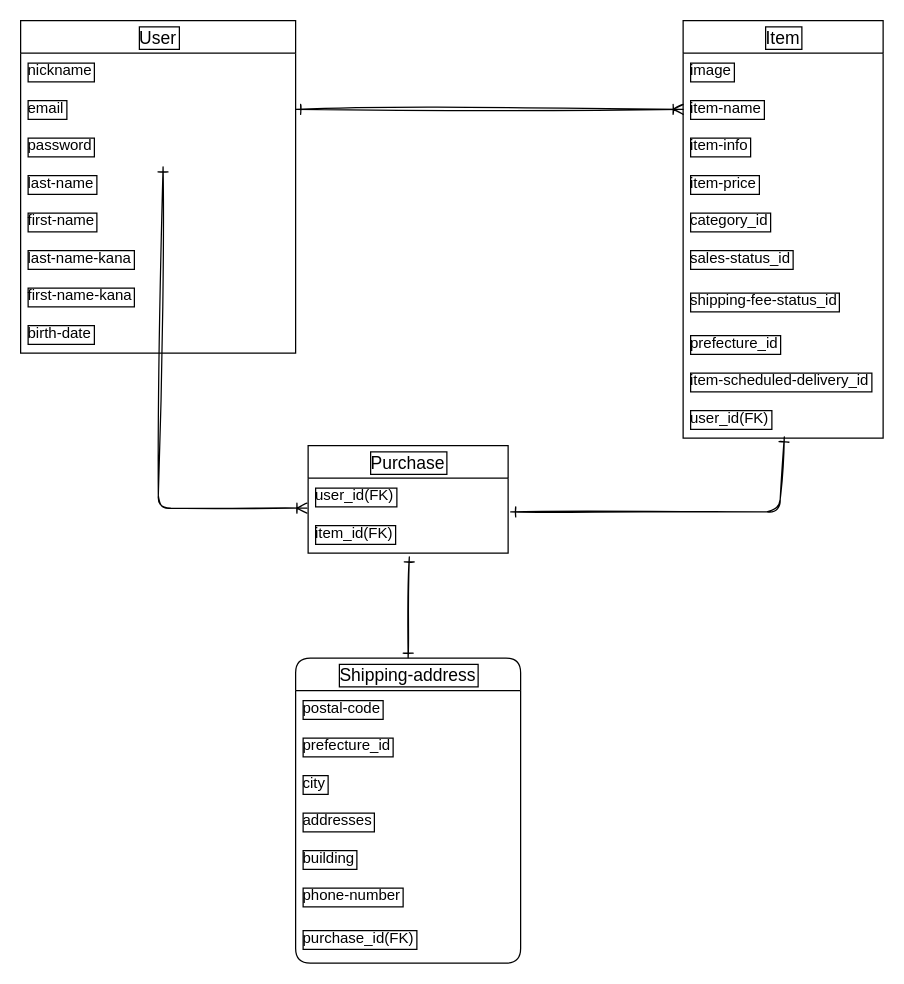
This is furima.dio from akiyuki-23/furima-38388, a draw.io file, before an edit. Source tidied: cells renumbered, new cells numbered last; positions are measured from the earlier drawing's top-left corner, leaving out a move shared by most shapes. Both pictures are drawn from the tidied source at 125%, with x=0, y=0 at pixel (20, 20).
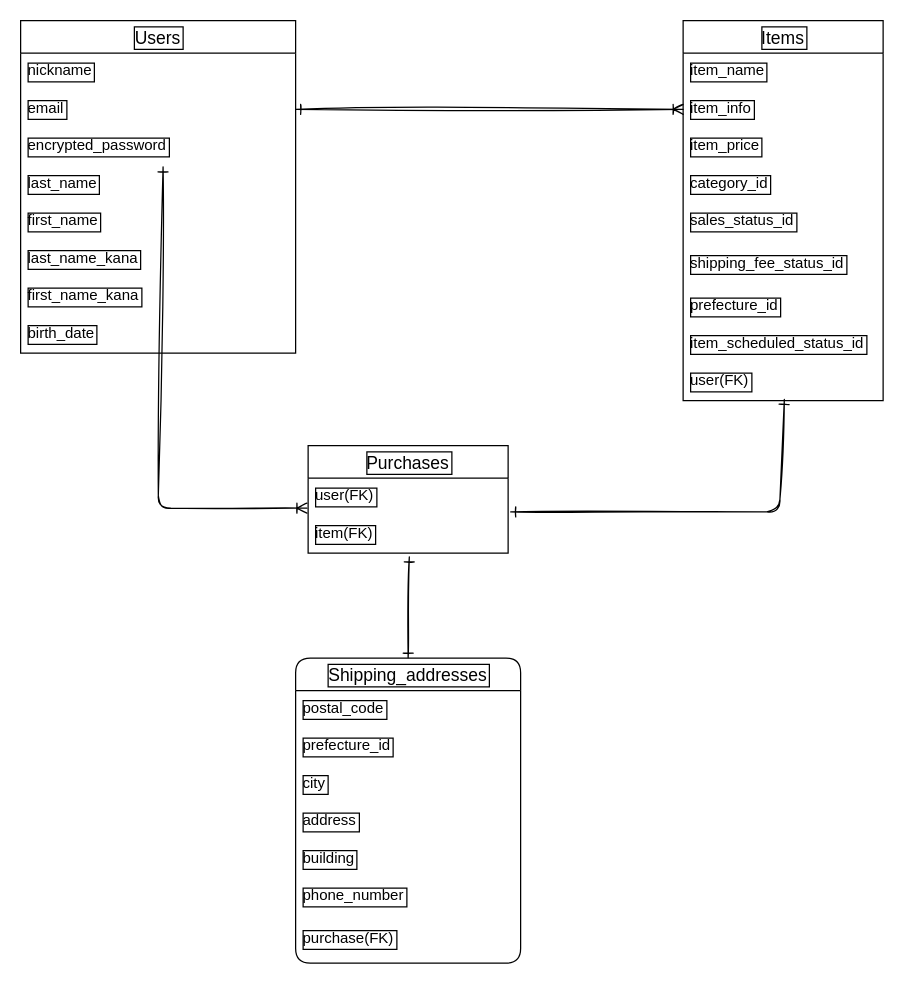
The same page after the edit.

The change refers to these unchanged cells:
```xml
<mxCell id="18" value="email" style="text;strokeColor=none;fillColor=none;spacingLeft=4;spacingRight=4;overflow=hidden;points=[[0,0.5],[1,0.5]];portConstraint=eastwest;fontSize=12;labelBorderColor=default;" parent="16" vertex="1">
  <mxGeometry y="56" width="220" height="30" as="geometry" />
</mxCell>
```

What changed in the source:
```diff
@@
-    <mxCell id="2" value="Item" style="swimlane;fontStyle=0;horizontal=1;startSize=26;align=center;fontSize=14;labelBorderColor=default;" parent="1" vertex="1">
-      <mxGeometry x="530" width="160" height="334" as="geometry" />
+    <mxCell id="2" value="Items" style="swimlane;fontStyle=0;horizontal=1;startSize=26;align=center;fontSize=14;labelBorderColor=default;" parent="1" vertex="1">
+      <mxGeometry x="530" width="160" height="304" as="geometry" />
     </mxCell>
-    <mxCell id="3" value="image" style="text;strokeColor=none;fillColor=none;spacingLeft=4;spacingRight=4;overflow=hidden;fontSize=12;labelBorderColor=default;" parent="2" vertex="1">
-      <mxGeometry y="26" width="160" height="30" as="geometry" />
-    </mxCell>
-    <mxCell id="4" value="item-name" style="text;strokeColor=none;fillColor=none;spacingLeft=4;spacingRight=4;overflow=hidden;points=[[0,0.5],[1,0.5]];portConstraint=eastwest;fontSize=12;labelBorderColor=default;" parent="2" vertex="1">
-      <mxGeometry y="56" width="160" height="30" as="geometry" />
+    <mxCell id="4" value="item_name" style="text;strokeColor=none;fillColor=none;spacingLeft=4;spacingRight=4;overflow=hidden;points=[[0,0.5],[1,0.5]];portConstraint=eastwest;fontSize=12;labelBorderColor=default;" parent="2" vertex="1">
+      <mxGeometry y="26" width="160" height="30" as="geometry" />
     </mxCell>
-    <mxCell id="5" value="item-info" style="text;strokeColor=none;fillColor=none;spacingLeft=4;spacingRight=4;overflow=hidden;points=[[0,0.5],[1,0.5]];portConstraint=eastwest;fontSize=12;labelBorderColor=default;" parent="2" vertex="1">
-      <mxGeometry y="86" width="160" height="30" as="geometry" />
+    <mxCell id="5" value="item_info" style="text;strokeColor=none;fillColor=none;spacingLeft=4;spacingRight=4;overflow=hidden;points=[[0,0.5],[1,0.5]];portConstraint=eastwest;fontSize=12;labelBorderColor=default;" parent="2" vertex="1">
+      <mxGeometry y="56" width="160" height="30" as="geometry" />
     </mxCell>
-    <mxCell id="6" value="item-price" style="text;strokeColor=none;fillColor=none;spacingLeft=4;spacingRight=4;overflow=hidden;fontSize=12;labelBorderColor=default;" parent="2" vertex="1">
-      <mxGeometry y="116" width="160" height="30" as="geometry" />
+    <mxCell id="6" value="item_price" style="text;strokeColor=none;fillColor=none;spacingLeft=4;spacingRight=4;overflow=hidden;fontSize=12;labelBorderColor=default;" parent="2" vertex="1">
+      <mxGeometry y="86" width="160" height="30" as="geometry" />
     </mxCell>
     <mxCell id="7" value="category_id" style="text;strokeColor=none;fillColor=none;spacingLeft=4;spacingRight=4;overflow=hidden;fontSize=12;labelBorderColor=default;" parent="2" vertex="1">
-      <mxGeometry y="146" width="160" height="30" as="geometry" />
+      <mxGeometry y="116" width="160" height="30" as="geometry" />
     </mxCell>
-    <mxCell id="8" value="sales-status_id" style="text;strokeColor=none;fillColor=none;spacingLeft=4;spacingRight=4;overflow=hidden;fontSize=12;labelBorderColor=default;" parent="2" vertex="1">
-      <mxGeometry y="176" width="160" height="34" as="geometry" />
+    <mxCell id="8" value="sales_status_id" style="text;strokeColor=none;fillColor=none;spacingLeft=4;spacingRight=4;overflow=hidden;fontSize=12;labelBorderColor=default;" parent="2" vertex="1">
+      <mxGeometry y="146" width="160" height="34" as="geometry" />
     </mxCell>
-    <mxCell id="9" value="shipping-fee-status_id" style="text;strokeColor=none;fillColor=none;spacingLeft=4;spacingRight=4;overflow=hidden;fontSize=12;labelBorderColor=default;" parent="2" vertex="1">
-      <mxGeometry y="210" width="160" height="34" as="geometry" />
+    <mxCell id="9" value="shipping_fee_status_id" style="text;strokeColor=none;fillColor=none;spacingLeft=4;spacingRight=4;overflow=hidden;fontSize=12;labelBorderColor=default;" parent="2" vertex="1">
+      <mxGeometry y="180" width="160" height="34" as="geometry" />
     </mxCell>
     <mxCell id="10" value="prefecture_id" style="text;strokeColor=none;fillColor=none;spacingLeft=4;spacingRight=4;overflow=hidden;fontSize=12;labelBorderColor=default;" parent="2" vertex="1">
-      <mxGeometry y="244" width="160" height="30" as="geometry" />
+      <mxGeometry y="214" width="160" height="30" as="geometry" />
     </mxCell>
-    <mxCell id="11" value="item-scheduled-delivery_id" style="text;strokeColor=none;fillColor=none;spacingLeft=4;spacingRight=4;overflow=hidden;fontSize=12;labelBorderColor=default;" parent="2" vertex="1">
-      <mxGeometry y="274" width="160" height="30" as="geometry" />
+    <mxCell id="11" value="item_scheduled_status_id" style="text;strokeColor=none;fillColor=none;spacingLeft=4;spacingRight=4;overflow=hidden;fontSize=12;labelBorderColor=default;" parent="2" vertex="1">
+      <mxGeometry y="244" width="160" height="30" as="geometry" />
     </mxCell>
-    <mxCell id="12" value="user_id(FK)" style="text;strokeColor=none;fillColor=none;spacingLeft=4;spacingRight=4;overflow=hidden;points=[[0,0.5],[1,0.5]];portConstraint=eastwest;fontSize=12;labelBorderColor=default;" parent="2" vertex="1">
-      <mxGeometry y="304" width="160" height="30" as="geometry" />
+    <mxCell id="12" value="user(FK)" style="text;strokeColor=none;fillColor=none;spacingLeft=4;spacingRight=4;overflow=hidden;points=[[0,0.5],[1,0.5]];portConstraint=eastwest;fontSize=12;labelBorderColor=default;" parent="2" vertex="1">
+      <mxGeometry y="274" width="160" height="30" as="geometry" />
     </mxCell>
-    <mxCell id="13" value="Purchase" style="swimlane;fontStyle=0;horizontal=1;startSize=26;align=center;fontSize=14;labelBorderColor=default;" parent="1" vertex="1">
+    <mxCell id="13" value="Purchases" style="swimlane;fontStyle=0;horizontal=1;startSize=26;align=center;fontSize=14;labelBorderColor=default;" parent="1" vertex="1">
       <mxGeometry x="230" y="340" width="160" height="86" as="geometry" />
     </mxCell>
-    <mxCell id="14" value="user_id(FK)" style="text;strokeColor=none;fillColor=none;spacingLeft=4;spacingRight=4;overflow=hidden;points=[[0,0.5],[1,0.5]];portConstraint=eastwest;fontSize=12;labelBorderColor=default;" parent="13" vertex="1">
+    <mxCell id="14" value="user(FK)" style="text;strokeColor=none;fillColor=none;spacingLeft=4;spacingRight=4;overflow=hidden;points=[[0,0.5],[1,0.5]];portConstraint=eastwest;fontSize=12;labelBorderColor=default;" parent="13" vertex="1">
       <mxGeometry y="26" width="160" height="30" as="geometry" />
     </mxCell>
-    <mxCell id="15" value="item_id(FK)" style="text;strokeColor=none;fillColor=none;spacingLeft=4;spacingRight=4;overflow=hidden;points=[[0,0.5],[1,0.5]];portConstraint=eastwest;fontSize=12;labelBorderColor=default;" parent="13" vertex="1">
+    <mxCell id="15" value="item(FK)" style="text;strokeColor=none;fillColor=none;spacingLeft=4;spacingRight=4;overflow=hidden;points=[[0,0.5],[1,0.5]];portConstraint=eastwest;fontSize=12;labelBorderColor=default;" parent="13" vertex="1">
       <mxGeometry y="56" width="160" height="30" as="geometry" />
     </mxCell>
-    <mxCell id="16" value="User" style="swimlane;fontStyle=0;horizontal=1;startSize=26;align=center;fontSize=14;labelBorderColor=default;" parent="1" vertex="1">
+    <mxCell id="16" value="Users" style="swimlane;fontStyle=0;horizontal=1;startSize=26;align=center;fontSize=14;labelBorderColor=default;" parent="1" vertex="1">
       <mxGeometry width="220" height="266" as="geometry" />
     </mxCell>
@@
-    <mxCell id="19" value="password" style="text;strokeColor=none;fillColor=none;spacingLeft=4;spacingRight=4;overflow=hidden;points=[[0,0.5],[1,0.5]];portConstraint=eastwest;fontSize=12;labelBorderColor=default;" parent="16" vertex="1">
+    <mxCell id="19" value="encrypted_password" style="text;strokeColor=none;fillColor=none;spacingLeft=4;spacingRight=4;overflow=hidden;points=[[0,0.5],[1,0.5]];portConstraint=eastwest;fontSize=12;labelBorderColor=default;" parent="16" vertex="1">
       <mxGeometry y="86" width="220" height="30" as="geometry" />
     </mxCell>
-    <mxCell id="20" value="last-name" style="text;strokeColor=none;fillColor=none;spacingLeft=4;spacingRight=4;overflow=hidden;fontSize=12;labelBorderColor=default;" parent="16" vertex="1">
+    <mxCell id="20" value="last_name" style="text;strokeColor=none;fillColor=none;spacingLeft=4;spacingRight=4;overflow=hidden;fontSize=12;labelBorderColor=default;" parent="16" vertex="1">
       <mxGeometry y="116" width="220" height="30" as="geometry" />
     </mxCell>
-    <mxCell id="21" value="first-name" style="text;strokeColor=none;fillColor=none;spacingLeft=4;spacingRight=4;overflow=hidden;fontSize=12;labelBorderColor=default;" parent="16" vertex="1">
+    <mxCell id="21" value="first_name" style="text;strokeColor=none;fillColor=none;spacingLeft=4;spacingRight=4;overflow=hidden;fontSize=12;labelBorderColor=default;" parent="16" vertex="1">
       <mxGeometry y="146" width="220" height="30" as="geometry" />
     </mxCell>
-    <mxCell id="22" value="last-name-kana" style="text;strokeColor=none;fillColor=none;spacingLeft=4;spacingRight=4;overflow=hidden;fontSize=12;labelBorderColor=default;" parent="16" vertex="1">
+    <mxCell id="22" value="last_name_kana" style="text;strokeColor=none;fillColor=none;spacingLeft=4;spacingRight=4;overflow=hidden;fontSize=12;labelBorderColor=default;" parent="16" vertex="1">
       <mxGeometry y="176" width="220" height="30" as="geometry" />
     </mxCell>
-    <mxCell id="23" value="first-name-kana" style="text;strokeColor=none;fillColor=none;spacingLeft=4;spacingRight=4;overflow=hidden;fontSize=12;labelBorderColor=default;" parent="16" vertex="1">
+    <mxCell id="23" value="first_name_kana" style="text;strokeColor=none;fillColor=none;spacingLeft=4;spacingRight=4;overflow=hidden;fontSize=12;labelBorderColor=default;" parent="16" vertex="1">
       <mxGeometry y="206" width="220" height="30" as="geometry" />
     </mxCell>
-    <mxCell id="24" value="birth-date" style="text;strokeColor=none;fillColor=none;spacingLeft=4;spacingRight=4;overflow=hidden;fontSize=12;labelBorderColor=default;" parent="16" vertex="1">
+    <mxCell id="24" value="birth_date" style="text;strokeColor=none;fillColor=none;spacingLeft=4;spacingRight=4;overflow=hidden;fontSize=12;labelBorderColor=default;" parent="16" vertex="1">
       <mxGeometry y="236" width="220" height="30" as="geometry" />
     </mxCell>
@@
-    <mxCell id="26" value="Shipping-address" style="swimlane;fontStyle=0;horizontal=1;startSize=26;align=center;fontSize=14;labelBorderColor=default;rounded=1;" parent="1" vertex="1">
+    <mxCell id="26" value="Shipping_addresses" style="swimlane;fontStyle=0;horizontal=1;startSize=26;align=center;fontSize=14;labelBorderColor=default;rounded=1;" parent="1" vertex="1">
       <mxGeometry x="220" y="510" width="180" height="244" as="geometry" />
     </mxCell>
-    <mxCell id="27" value="postal-code" style="text;strokeColor=none;fillColor=none;spacingLeft=4;spacingRight=4;overflow=hidden;fontSize=12;labelBorderColor=default;" parent="26" vertex="1">
+    <mxCell id="27" value="postal_code" style="text;strokeColor=none;fillColor=none;spacingLeft=4;spacingRight=4;overflow=hidden;fontSize=12;labelBorderColor=default;" parent="26" vertex="1">
       <mxGeometry y="26" width="180" height="30" as="geometry" />
     </mxCell>
@@
-    <mxCell id="30" value="addresses" style="text;strokeColor=none;fillColor=none;spacingLeft=4;spacingRight=4;overflow=hidden;fontSize=12;labelBorderColor=default;" parent="26" vertex="1">
+    <mxCell id="30" value="address" style="text;strokeColor=none;fillColor=none;spacingLeft=4;spacingRight=4;overflow=hidden;fontSize=12;labelBorderColor=default;" parent="26" vertex="1">
       <mxGeometry y="116" width="180" height="30" as="geometry" />
     </mxCell>
@@
-    <mxCell id="32" value="phone-number" style="text;strokeColor=none;fillColor=none;spacingLeft=4;spacingRight=4;overflow=hidden;fontSize=12;labelBorderColor=default;" parent="26" vertex="1">
+    <mxCell id="32" value="phone_number" style="text;strokeColor=none;fillColor=none;spacingLeft=4;spacingRight=4;overflow=hidden;fontSize=12;labelBorderColor=default;" parent="26" vertex="1">
       <mxGeometry y="176" width="180" height="34" as="geometry" />
     </mxCell>
-    <mxCell id="33" value="purchase_id(FK)" style="text;strokeColor=none;fillColor=none;spacingLeft=4;spacingRight=4;overflow=hidden;fontSize=12;labelBorderColor=default;" parent="26" vertex="1">
+    <mxCell id="33" value="purchase(FK)" style="text;strokeColor=none;fillColor=none;spacingLeft=4;spacingRight=4;overflow=hidden;fontSize=12;labelBorderColor=default;" parent="26" vertex="1">
       <mxGeometry y="210" width="180" height="34" as="geometry" />
     </mxCell>
-    <mxCell id="34" style="edgeStyle=none;html=1;exitX=1;exitY=0.5;exitDx=0;exitDy=0;entryX=0;entryY=0.5;entryDx=0;entryDy=0;sketch=1;startArrow=ERone;startFill=0;endArrow=ERoneToMany;endFill=0;" parent="1" edge="1" source="18" target="4">
+    <mxCell id="34" style="edgeStyle=none;html=1;exitX=1;exitY=0.5;exitDx=0;exitDy=0;entryX=0;entryY=0.5;entryDx=0;entryDy=0;sketch=1;startArrow=ERone;startFill=0;endArrow=ERoneToMany;endFill=0;" parent="1" edge="1" source="18" target="5">
       <mxGeometry relative="1" as="geometry" />
     </mxCell>
```
